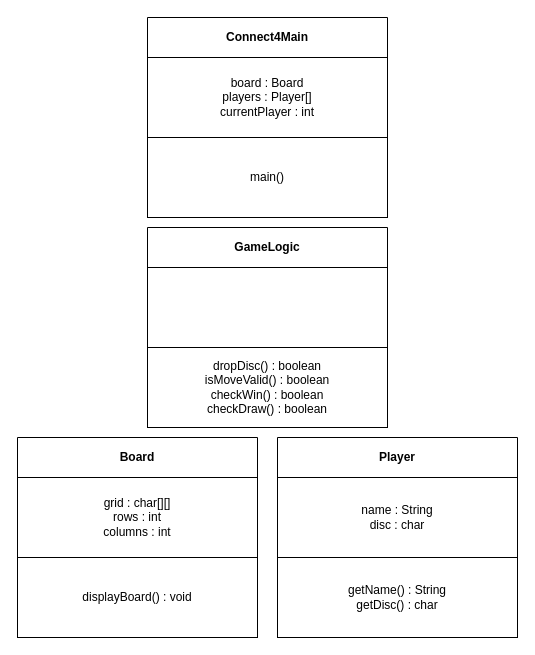
DanciuA004/Year3Project keeps this draw.io diagram as documents/Connect4 UML.drawio. Above is the earlier version. Source tidied: cells renumbered, new cells numbered last; positions are measured from the earlier drawing's top-left corner, leaving out a move shared by most shapes. Both pictures are drawn from the tidied source at 100%, with x=0, y=0 at pixel (17, 17).
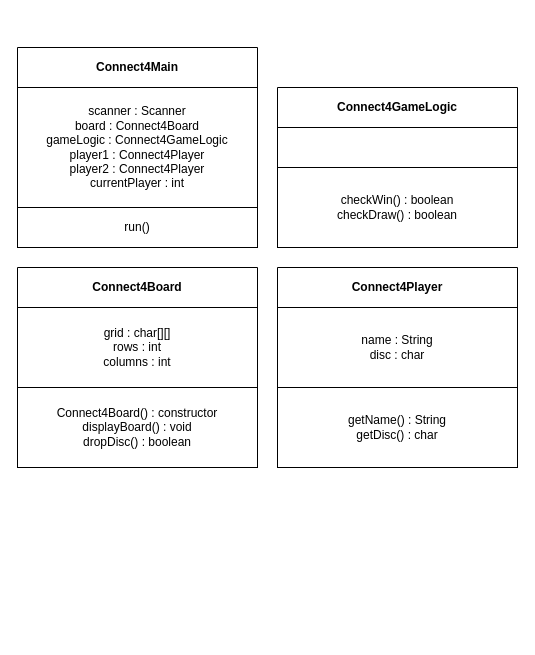
Above is the later version.

Commit message (it also covers changes not shown here):
Updated UML to current code and added it to Connect4 section of the report

Diff of the diagram source:
```diff
@@
 <mxGraphModel>
   <root>
     <mxCell id="0" />
     <mxCell id="1" parent="0" />
     <mxCell id="2" value="Connect4Main" style="swimlane;whiteSpace=wrap;html=1;startSize=40;" parent="1" vertex="1">
-      <mxGeometry x="130" width="240" height="200" as="geometry" />
+      <mxGeometry y="30" width="240" height="200" as="geometry" />
     </mxCell>
-    <mxCell id="3" value="board : Board&lt;br&gt;players : Player[]&lt;br&gt;currentPlayer : int" style="whiteSpace=wrap;html=1;" parent="2" vertex="1">
-      <mxGeometry y="40" width="240" height="80" as="geometry" />
+    <mxCell id="3" value="scanner : Scanner&lt;br&gt;board : Connect4Board&lt;br&gt;gameLogic : Connect4GameLogic&lt;br&gt;player1 : Connect4Player&lt;br&gt;player2 : Connect4Player&lt;br&gt;currentPlayer : int" style="whiteSpace=wrap;html=1;" parent="2" vertex="1">
+      <mxGeometry y="40" width="240" height="120" as="geometry" />
     </mxCell>
-    <mxCell id="4" value="main()" style="whiteSpace=wrap;html=1;" parent="2" vertex="1">
-      <mxGeometry y="120" width="240" height="80" as="geometry" />
+    <mxCell id="4" value="run()" style="whiteSpace=wrap;html=1;" parent="2" vertex="1">
+      <mxGeometry y="160" width="240" height="40" as="geometry" />
     </mxCell>
-    <mxCell id="5" value="Board" style="swimlane;whiteSpace=wrap;html=1;startSize=40;" parent="1" vertex="1">
-      <mxGeometry y="420" width="240" height="200" as="geometry" />
+    <mxCell id="5" value="Connect4Board" style="swimlane;whiteSpace=wrap;html=1;startSize=40;" parent="1" vertex="1">
+      <mxGeometry y="250" width="240" height="200" as="geometry" />
     </mxCell>
     <mxCell id="6" value="grid : char[][]&lt;br&gt;rows : int&lt;br&gt;columns : int" style="whiteSpace=wrap;html=1;" parent="5" vertex="1">
       <mxGeometry y="40" width="240" height="80" as="geometry" />
     </mxCell>
-    <mxCell id="7" value="displayBoard() : void" style="whiteSpace=wrap;html=1;" parent="5" vertex="1">
+    <mxCell id="7" value="Connect4Board() : constructor&lt;br&gt;displayBoard() : void&lt;br&gt;dropDisc() : boolean" style="whiteSpace=wrap;html=1;" parent="5" vertex="1">
       <mxGeometry y="120" width="240" height="80" as="geometry" />
     </mxCell>
-    <mxCell id="8" value="GameLogic" style="swimlane;whiteSpace=wrap;html=1;startSize=40;" parent="1" vertex="1">
-      <mxGeometry x="130" y="210" width="240" height="200" as="geometry" />
+    <mxCell id="8" value="Connect4GameLogic" style="swimlane;whiteSpace=wrap;html=1;startSize=40;" parent="1" vertex="1">
+      <mxGeometry x="260" y="70" width="240" height="160" as="geometry" />
     </mxCell>
     <mxCell id="9" style="whiteSpace=wrap;html=1;" parent="8" vertex="1">
-      <mxGeometry y="40" width="240" height="80" as="geometry" />
+      <mxGeometry y="40" width="240" height="40" as="geometry" />
     </mxCell>
-    <mxCell id="10" value="dropDisc() : boolean&lt;br&gt;isMoveValid() : boolean&lt;br&gt;checkWin() : boolean&lt;br&gt;checkDraw() : boolean" style="whiteSpace=wrap;html=1;" parent="8" vertex="1">
-      <mxGeometry y="120" width="240" height="80" as="geometry" />
+    <mxCell id="10" value="checkWin() : boolean&lt;br&gt;checkDraw() : boolean" style="whiteSpace=wrap;html=1;" parent="8" vertex="1">
+      <mxGeometry y="80" width="240" height="80" as="geometry" />
     </mxCell>
-    <mxCell id="11" value="Player" style="swimlane;whiteSpace=wrap;html=1;startSize=40;" parent="1" vertex="1">
-      <mxGeometry x="260" y="420" width="240" height="200" as="geometry" />
+    <mxCell id="11" value="Connect4Player" style="swimlane;whiteSpace=wrap;html=1;startSize=40;" parent="1" vertex="1">
+      <mxGeometry x="260" y="250" width="240" height="200" as="geometry" />
     </mxCell>
     <mxCell id="12" value="name : String&lt;br&gt;disc : char" style="whiteSpace=wrap;html=1;" parent="11" vertex="1">
       <mxGeometry y="40" width="240" height="80" as="geometry" />
     </mxCell>
     <mxCell id="13" value="getName() : String&lt;br&gt;getDisc() : char" style="whiteSpace=wrap;html=1;" parent="11" vertex="1">
       <mxGeometry y="120" width="240" height="80" as="geometry" />
     </mxCell>
   </root>
 </mxGraphModel>
```
